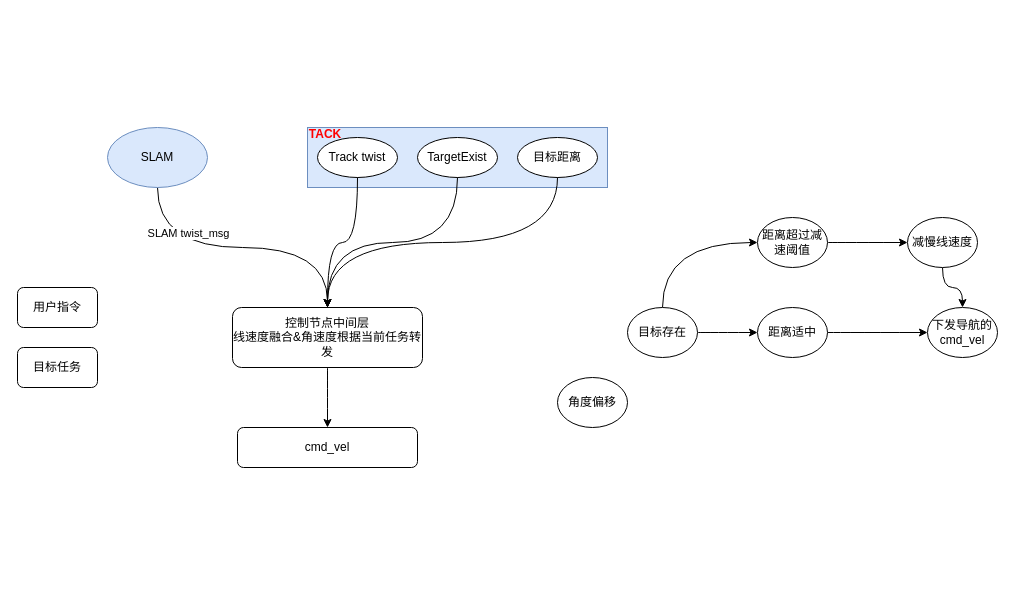
mailonghua/drawio keeps this draw.io diagram as WorkSpace/跟随&导航状态机想法.drawio. Above is the earlier version. Source tidied: cells renumbered, new cells numbered last; positions are measured from the earlier drawing's top-left corner, leaving out a move shared by most shapes. Both pictures are drawn from the tidied source at 100%, with x=0, y=0 at pixel (17, 119).
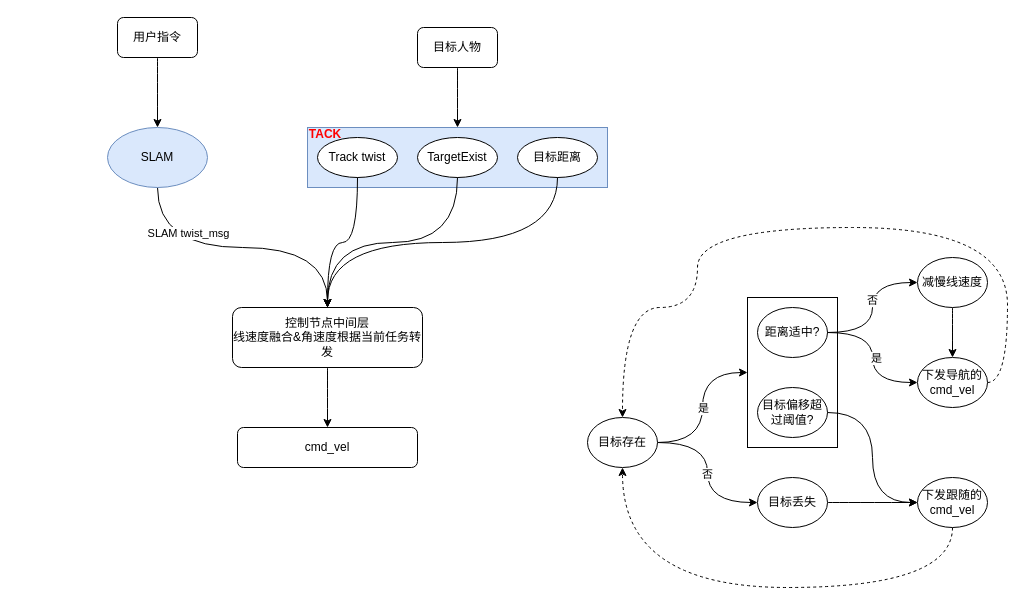
Above is the later version.

Commit message (it also covers changes not shown here):
更新跟随&导航状态机想法.drawio

The change refers to these unchanged cells:
```xml
<mxCell id="7" value="SLAM" style="ellipse;whiteSpace=wrap;html=1;fillColor=#dae8fc;strokeColor=#6c8ebf;" parent="1" vertex="1">
  <mxGeometry x="90" y="8" width="100" height="60" as="geometry" />
</mxCell>
<mxCell id="13" style="edgeStyle=orthogonalEdgeStyle;curved=1;rounded=0;jettySize=auto;html=1;" parent="1" edge="1" source="14" target="15">
  <mxGeometry relative="1" as="geometry" />
</mxCell>
<mxCell id="19" style="rounded=0;whiteSpace=wrap;html=1;fillColor=#dae8fc;strokeColor=#6c8ebf;" parent="18" vertex="1">
  <mxGeometry width="300" height="60" as="geometry" />
</mxCell>
```

What changed in the source:
```diff
@@
+    <mxCell id="30" style="group;" parent="1" vertex="1">
+      <mxGeometry x="730" y="178" width="90" height="150" as="geometry" />
+    </mxCell>
+    <mxCell id="31" style="rounded=0;whiteSpace=wrap;html=1;" parent="30" vertex="1">
+      <mxGeometry width="90" height="150" as="geometry" />
+    </mxCell>
+    <mxCell id="14" value="距离适中?" style="ellipse;whiteSpace=wrap;html=1;" parent="30" vertex="1">
+      <mxGeometry x="10" y="10" width="70" height="50" as="geometry" />
+    </mxCell>
+    <mxCell id="29" value="目标偏移超过阈值?" style="ellipse;whiteSpace=wrap;html=1;" parent="30" vertex="1">
+      <mxGeometry x="10" y="90" width="70" height="50" as="geometry" />
+    </mxCell>
@@
+    <mxCell id="32" style="edgeStyle=orthogonalEdgeStyle;curved=1;rounded=0;jettySize=auto;html=1;exitX=0.5;exitY=1;exitDx=0;exitDy=0;entryX=0.5;entryY=0;entryDx=0;entryDy=0;" parent="1" edge="1" source="8" target="7">
+      <mxGeometry relative="1" as="geometry" />
+    </mxCell>
     <mxCell id="8" value="用户指令" style="rounded=1;whiteSpace=wrap;html=1;" parent="1" vertex="1">
-      <mxGeometry y="168" width="80" height="40" as="geometry" />
+      <mxGeometry x="100" y="-102" width="80" height="40" as="geometry" />
     </mxCell>
+    <mxCell id="33" style="edgeStyle=orthogonalEdgeStyle;curved=1;rounded=0;jettySize=auto;html=1;exitX=0.5;exitY=1;exitDx=0;exitDy=0;entryX=0.5;entryY=0;entryDx=0;entryDy=0;" parent="1" edge="1" source="9" target="19">
+      <mxGeometry relative="1" as="geometry" />
+    </mxCell>
-    <mxCell id="9" value="目标任务" style="rounded=1;whiteSpace=wrap;html=1;" parent="1" vertex="1">
-      <mxGeometry y="228" width="80" height="40" as="geometry" />
+    <mxCell id="9" value="目标人物" style="rounded=1;whiteSpace=wrap;html=1;" parent="1" vertex="1">
+      <mxGeometry x="400" y="-92" width="80" height="40" as="geometry" />
     </mxCell>
-    <mxCell id="10" style="edgeStyle=orthogonalEdgeStyle;curved=1;rounded=0;jettySize=auto;html=1;" parent="1" edge="1" source="12" target="14">
-      <mxGeometry relative="1" as="geometry" />
-    </mxCell>
-    <mxCell id="11" style="edgeStyle=orthogonalEdgeStyle;curved=1;rounded=0;jettySize=auto;html=1;exitX=0.5;exitY=0;exitDx=0;exitDy=0;entryX=0;entryY=0.5;entryDx=0;entryDy=0;" parent="1" edge="1" source="12" target="17">
-      <mxGeometry relative="1" as="geometry" />
-    </mxCell>
+    <mxCell id="34" style="edgeStyle=orthogonalEdgeStyle;curved=1;rounded=0;jettySize=auto;html=1;exitX=1;exitY=0.5;exitDx=0;exitDy=0;" parent="1" edge="1" source="12" target="31">
+      <mxGeometry relative="1" as="geometry" />
+    </mxCell>
+    <mxCell id="35" value="是" style="edgeLabel;html=1;align=center;verticalAlign=middle;" parent="34" vertex="1">
+      <mxGeometry relative="1" as="geometry" />
+    </mxCell>
+    <mxCell id="36" style="edgeStyle=orthogonalEdgeStyle;curved=1;rounded=0;jettySize=auto;html=1;exitX=1;exitY=0.5;exitDx=0;exitDy=0;entryX=0;entryY=0.5;entryDx=0;entryDy=0;" parent="1" edge="1" source="12" target="46">
+      <mxGeometry relative="1" as="geometry" />
+    </mxCell>
+    <mxCell id="37" value="否" style="edgeLabel;html=1;align=center;verticalAlign=middle;" parent="36" vertex="1">
+      <mxGeometry x="0.01" y="-1" relative="1" as="geometry" />
+    </mxCell>
     <mxCell id="12" value="目标存在" style="ellipse;whiteSpace=wrap;html=1;" parent="1" vertex="1">
-      <mxGeometry x="610" y="188" width="70" height="50" as="geometry" />
+      <mxGeometry x="570" y="298" width="70" height="50" as="geometry" />
     </mxCell>
@@
-    <mxCell id="14" value="距离适中" style="ellipse;whiteSpace=wrap;html=1;" parent="1" vertex="1">
-      <mxGeometry x="740" y="188" width="70" height="50" as="geometry" />
-    </mxCell>
+    <mxCell id="38" value="是" style="edgeLabel;html=1;align=center;verticalAlign=middle;" parent="13" vertex="1">
+      <mxGeometry x="-0.24" y="3" relative="1" as="geometry">
+        <mxPoint y="17" as="offset" />
+      </mxGeometry>
+    </mxCell>
+    <mxCell id="39" style="edgeStyle=orthogonalEdgeStyle;curved=1;rounded=0;jettySize=auto;html=1;exitX=1;exitY=0.5;exitDx=0;exitDy=0;entryX=0;entryY=0.5;entryDx=0;entryDy=0;" parent="1" edge="1" source="14" target="28">
+      <mxGeometry relative="1" as="geometry" />
+    </mxCell>
+    <mxCell id="40" value="否" style="edgeLabel;html=1;align=center;verticalAlign=middle;" parent="39" vertex="1">
+      <mxGeometry x="0.11" y="1" relative="1" as="geometry" />
+    </mxCell>
+    <mxCell id="41" style="edgeStyle=orthogonalEdgeStyle;curved=1;rounded=0;jettySize=auto;html=1;exitX=1;exitY=0.5;exitDx=0;exitDy=0;entryX=0.5;entryY=0;entryDx=0;entryDy=0;dashed=1;" parent="1" edge="1" source="15" target="12">
+      <mxGeometry relative="1" as="geometry">
+        <Array as="points">
+          <mxPoint x="990" y="263" />
+          <mxPoint x="990" y="108" />
+          <mxPoint x="680" y="108" />
+          <mxPoint x="680" y="188" />
+          <mxPoint x="605" y="188" />
+        </Array>
+      </mxGeometry>
+    </mxCell>
     <mxCell id="15" value="下发导航的cmd_vel" style="ellipse;whiteSpace=wrap;html=1;" parent="1" vertex="1">
-      <mxGeometry x="910" y="188" width="70" height="50" as="geometry" />
+      <mxGeometry x="900" y="238" width="70" height="50" as="geometry" />
     </mxCell>
-    <mxCell id="16" style="edgeStyle=orthogonalEdgeStyle;curved=1;rounded=0;jettySize=auto;html=1;" parent="1" edge="1" source="17" target="28">
-      <mxGeometry relative="1" as="geometry" />
-    </mxCell>
-    <mxCell id="17" value="距离超过减速阈值" style="ellipse;whiteSpace=wrap;html=1;" parent="1" vertex="1">
-      <mxGeometry x="740" y="98" width="70" height="50" as="geometry" />
-    </mxCell>
@@
     <mxCell id="28" value="减慢线速度" style="ellipse;whiteSpace=wrap;html=1;" parent="1" vertex="1">
-      <mxGeometry x="890" y="98" width="70" height="50" as="geometry" />
+      <mxGeometry x="900" y="138" width="70" height="50" as="geometry" />
     </mxCell>
-    <mxCell id="29" value="角度偏移" style="ellipse;whiteSpace=wrap;html=1;" parent="1" vertex="1">
-      <mxGeometry x="540" y="258" width="70" height="50" as="geometry" />
-    </mxCell>
+    <mxCell id="42" style="edgeStyle=orthogonalEdgeStyle;curved=1;rounded=0;jettySize=auto;html=1;exitX=0.5;exitY=1;exitDx=0;exitDy=0;entryX=0.5;entryY=1;entryDx=0;entryDy=0;dashed=1;" parent="1" edge="1" source="43" target="12">
+      <mxGeometry relative="1" as="geometry">
+        <Array as="points">
+          <mxPoint x="935" y="468" />
+          <mxPoint x="605" y="468" />
+        </Array>
+      </mxGeometry>
+    </mxCell>
+    <mxCell id="43" value="下发跟随的cmd_vel" style="ellipse;whiteSpace=wrap;html=1;" parent="1" vertex="1">
+      <mxGeometry x="900" y="358" width="70" height="50" as="geometry" />
+    </mxCell>
+    <mxCell id="44" style="edgeStyle=orthogonalEdgeStyle;curved=1;rounded=0;jettySize=auto;html=1;exitX=1;exitY=0.5;exitDx=0;exitDy=0;entryX=0;entryY=0.5;entryDx=0;entryDy=0;" parent="1" edge="1" source="29" target="43">
+      <mxGeometry relative="1" as="geometry" />
+    </mxCell>
+    <mxCell id="45" style="edgeStyle=orthogonalEdgeStyle;curved=1;rounded=0;jettySize=auto;html=1;exitX=1;exitY=0.5;exitDx=0;exitDy=0;" parent="1" edge="1" source="46" target="43">
+      <mxGeometry relative="1" as="geometry" />
+    </mxCell>
+    <mxCell id="46" value="目标丢失" style="ellipse;whiteSpace=wrap;html=1;" parent="1" vertex="1">
+      <mxGeometry x="740" y="358" width="70" height="50" as="geometry" />
+    </mxCell>
```
